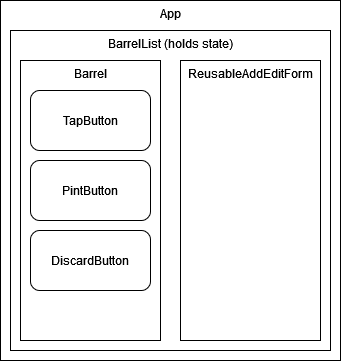
Before: src/img/component-diagram.png, a diagram exported from draw.io (aaronminnick/react-ye-olde-barrel-manager). Source tidied: cells renumbered, new cells last; positions are measured from the earlier drawing's top-left corner, leaving out a move shared by most shapes.
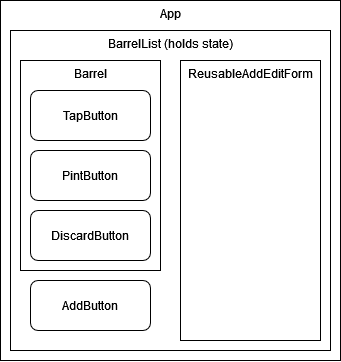
After the change.

Commit message:
refactor AddBarrel into component

Change to the diagram source:
```diff
@@ -9,19 +9,22 @@
       <mxGeometry x="10" y="30" width="320" height="320" as="geometry" />
     </mxCell>
     <mxCell id="4" value="Barrel" style="rounded=0;whiteSpace=wrap;html=1;verticalAlign=top;" parent="1" vertex="1">
-      <mxGeometry x="20" y="60" width="140" height="280" as="geometry" />
+      <mxGeometry x="20" y="60" width="140" height="210" as="geometry" />
     </mxCell>
     <mxCell id="5" value="TapButton" style="rounded=1;whiteSpace=wrap;html=1;verticalAlign=middle;" parent="1" vertex="1">
-      <mxGeometry x="30" y="90" width="120" height="60" as="geometry" />
+      <mxGeometry x="30" y="90" width="120" height="50" as="geometry" />
     </mxCell>
     <mxCell id="6" value="PintButton" style="rounded=1;whiteSpace=wrap;html=1;" parent="1" vertex="1">
-      <mxGeometry x="30" y="160" width="120" height="60" as="geometry" />
+      <mxGeometry x="30" y="150" width="120" height="50" as="geometry" />
     </mxCell>
     <mxCell id="7" value="ReusableAddEditForm" style="rounded=0;whiteSpace=wrap;html=1;verticalAlign=top;" parent="1" vertex="1">
       <mxGeometry x="180" y="60" width="140" height="280" as="geometry" />
     </mxCell>
     <mxCell id="8" value="DiscardButton" style="rounded=1;whiteSpace=wrap;html=1;" parent="1" vertex="1">
-      <mxGeometry x="30" y="230" width="120" height="60" as="geometry" />
+      <mxGeometry x="30" y="210" width="120" height="50" as="geometry" />
     </mxCell>
+    <mxCell id="9" value="&lt;div&gt;AddButton&lt;/div&gt;" style="rounded=1;whiteSpace=wrap;html=1;" parent="1" vertex="1">
+      <mxGeometry x="30" y="280" width="120" height="50" as="geometry" />
+    </mxCell>
   </root>
 </mxGraphModel>
```
